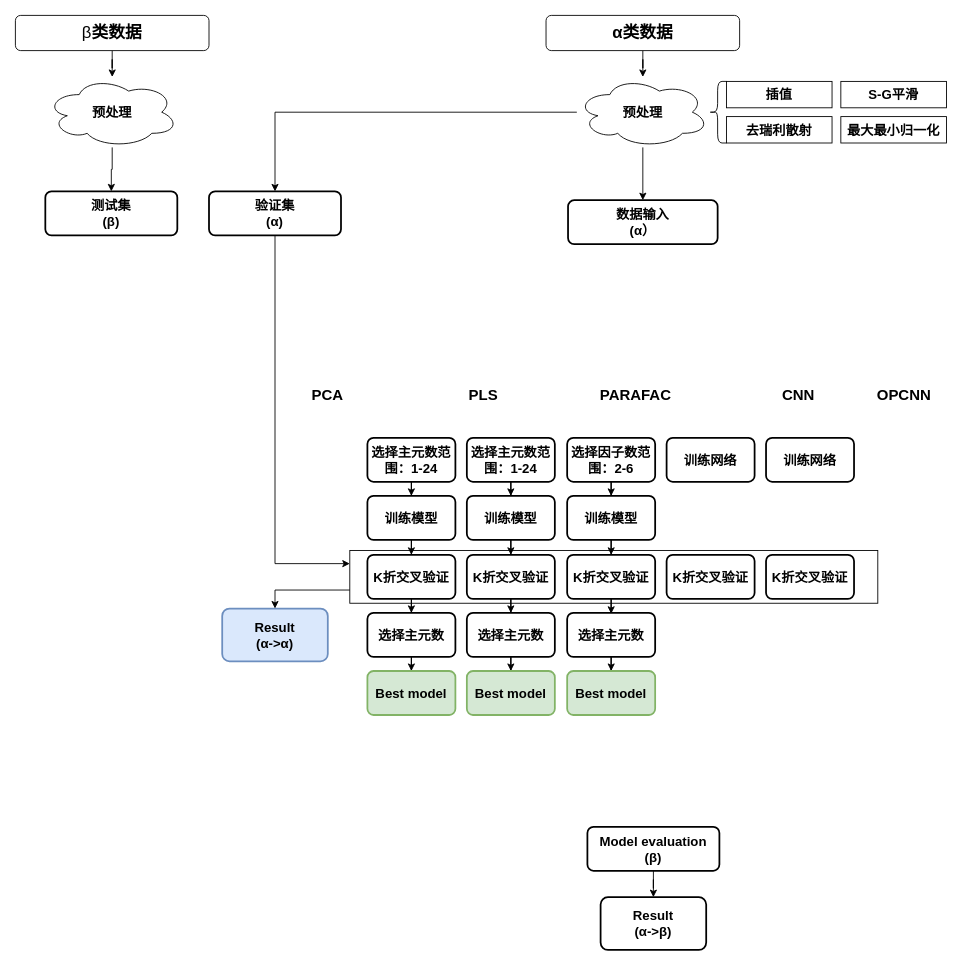
chbambooshoot/digram keeps this draw.io diagram as big_paper/第三章.drawio. Above is the earlier version. Source tidied: cells renumbered, new cells numbered last; positions are measured from the earlier drawing's top-left corner, leaving out a move shared by most shapes. Both pictures are drawn from the tidied source at 88%, with x=0, y=0 at pixel (15, 15).
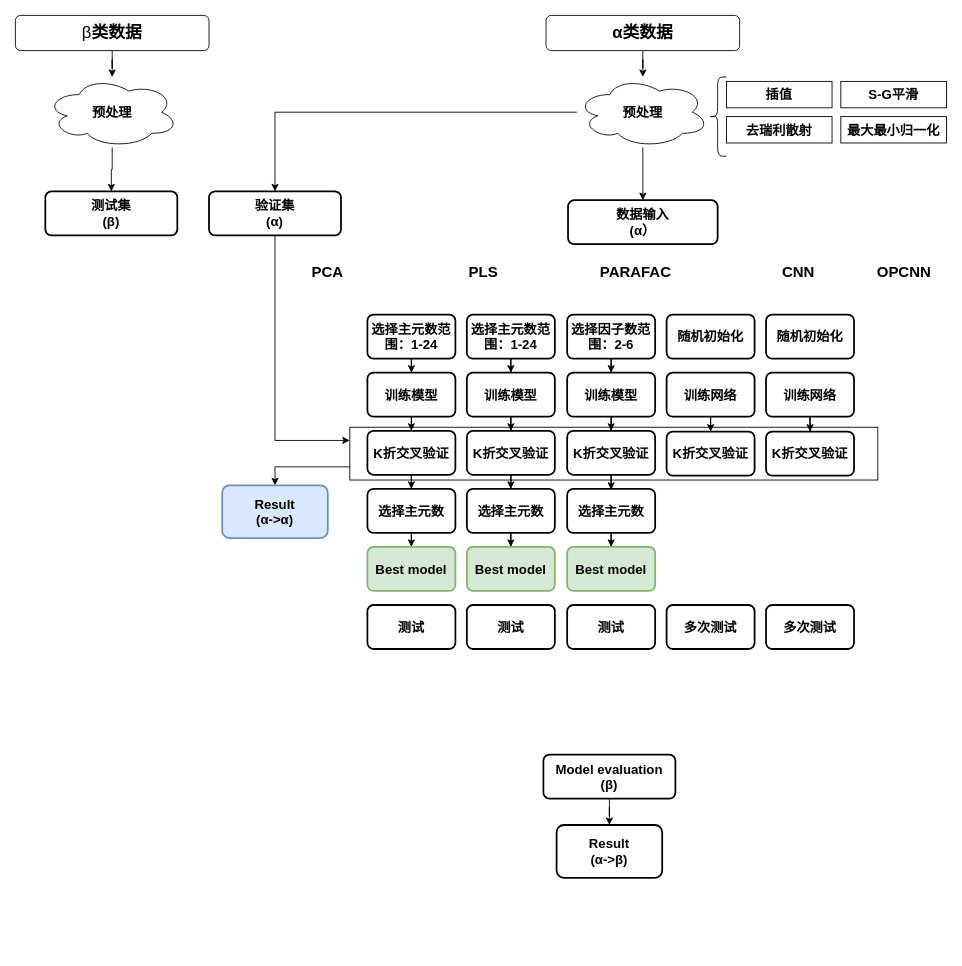
The same diagram, later.

Commit message (it also covers changes not shown here):
更新第三章.drawio

Diff of the diagram source:
```diff
@@
     <mxCell id="2" style="rounded=0;whiteSpace=wrap;html=1;fillColor=none;" parent="1" vertex="1">
-      <mxGeometry x="380" y="608" width="600" height="60" as="geometry" />
+      <mxGeometry x="380" y="468" width="600" height="60" as="geometry" />
     </mxCell>
@@
     <mxCell id="4" style="shape=curlyBracket;whiteSpace=wrap;html=1;rounded=1;labelPosition=left;verticalLabelPosition=middle;align=right;verticalAlign=middle;fontSize=15;fontStyle=1;fontFamily=仿宋;" parent="1" vertex="1">
-      <mxGeometry x="788" y="75" width="20" height="70" as="geometry" />
+      <mxGeometry x="788" y="70" width="20" height="90" as="geometry" />
     </mxCell>
@@
     <mxCell id="10" value="选择主元数范围：1-24" style="rounded=1;whiteSpace=wrap;html=1;absoluteArcSize=1;arcSize=14;strokeWidth=2;fontSize=15;fontStyle=1;fontFamily=仿宋;" parent="1" vertex="1">
-      <mxGeometry x="400" y="480" width="100" height="50" as="geometry" />
+      <mxGeometry x="400" y="340" width="100" height="50" as="geometry" />
     </mxCell>
@@
     <mxCell id="12" value="选择主元数范围：1-24" style="rounded=1;whiteSpace=wrap;html=1;absoluteArcSize=1;arcSize=14;strokeWidth=2;fontSize=15;fontStyle=1;fontFamily=仿宋;" parent="1" vertex="1">
-      <mxGeometry x="513" y="480" width="100" height="50" as="geometry" />
+      <mxGeometry x="513" y="340" width="100" height="50" as="geometry" />
     </mxCell>
@@
     <mxCell id="14" value="选择因子数范围：2-6" style="rounded=1;whiteSpace=wrap;html=1;absoluteArcSize=1;arcSize=14;strokeWidth=2;fontSize=15;fontStyle=1;fontFamily=仿宋;" parent="1" vertex="1">
-      <mxGeometry x="627" y="480" width="100" height="50" as="geometry" />
+      <mxGeometry x="627" y="340" width="100" height="50" as="geometry" />
     </mxCell>
@@
     <mxCell id="16" value="训练模型" style="rounded=1;whiteSpace=wrap;html=1;absoluteArcSize=1;arcSize=14;strokeWidth=2;fontSize=15;fontStyle=1;fontFamily=仿宋;" parent="1" vertex="1">
-      <mxGeometry x="513" y="546" width="100" height="50" as="geometry" />
+      <mxGeometry x="513" y="406" width="100" height="50" as="geometry" />
     </mxCell>
@@
     <mxCell id="18" value="训练模型" style="rounded=1;whiteSpace=wrap;html=1;absoluteArcSize=1;arcSize=14;strokeWidth=2;fontSize=15;fontStyle=1;fontFamily=仿宋;" parent="1" vertex="1">
-      <mxGeometry x="627" y="546" width="100" height="50" as="geometry" />
+      <mxGeometry x="627" y="406" width="100" height="50" as="geometry" />
     </mxCell>
+    <mxCell id="62" style="edgeStyle=orthogonalEdgeStyle;rounded=0;jettySize=auto;html=1;" parent="1" edge="1" source="19" target="48">
+      <mxGeometry relative="1" as="geometry" />
+    </mxCell>
     <mxCell id="19" value="训练网络" style="rounded=1;whiteSpace=wrap;html=1;absoluteArcSize=1;arcSize=14;strokeWidth=2;fontSize=15;fontStyle=1;fontFamily=仿宋;" parent="1" vertex="1">
-      <mxGeometry x="740" y="480" width="100" height="50" as="geometry" />
+      <mxGeometry x="740" y="406" width="100" height="50" as="geometry" />
     </mxCell>
@@
     <mxCell id="21" value="Model evaluation&lt;br style=&quot;font-size: 15px;&quot;&gt;(β)" style="rounded=1;whiteSpace=wrap;html=1;absoluteArcSize=1;arcSize=14;strokeWidth=2;fontSize=15;fontStyle=1;fontFamily=仿宋;" parent="1" vertex="1">
-      <mxGeometry x="650" y="922" width="150" height="50" as="geometry" />
+      <mxGeometry x="600" y="840" width="150" height="50" as="geometry" />
     </mxCell>
@@
     <mxCell id="24" value="Result&lt;br style=&quot;font-size: 15px;&quot;&gt;(α-&amp;gt;α)" style="whiteSpace=wrap;html=1;rounded=1;arcSize=14;strokeWidth=2;fontSize=15;fontStyle=1;fontFamily=仿宋;fillColor=#dae8fc;strokeColor=#6c8ebf;" parent="1" vertex="1">
-      <mxGeometry x="235" y="674" width="120" height="60" as="geometry" />
+      <mxGeometry x="235" y="534" width="120" height="60" as="geometry" />
     </mxCell>
     <mxCell id="25" value="Result&lt;br style=&quot;font-size: 15px;&quot;&gt;(α-&amp;gt;β)" style="whiteSpace=wrap;html=1;rounded=1;arcSize=14;strokeWidth=2;fontSize=15;fontStyle=1;fontFamily=仿宋;" parent="1" vertex="1">
-      <mxGeometry x="665" y="1002" width="120" height="60" as="geometry" />
+      <mxGeometry x="615" y="920" width="120" height="60" as="geometry" />
     </mxCell>
     <mxCell id="26" value="&lt;b&gt;&lt;font style=&quot;font-size: 17px;&quot;&gt;PCA&lt;/font&gt;&lt;/b&gt;" style="text;html=1;strokeColor=none;fillColor=none;align=center;verticalAlign=middle;whiteSpace=wrap;rounded=0;fontFamily=仿宋;" parent="1" vertex="1">
-      <mxGeometry x="325" y="418" width="60" height="30" as="geometry" />
+      <mxGeometry x="325" y="278" width="60" height="30" as="geometry" />
     </mxCell>
     <mxCell id="27" value="&lt;span style=&quot;font-size: 17px;&quot;&gt;&lt;b&gt;PLS&lt;br&gt;&lt;/b&gt;&lt;/span&gt;" style="text;html=1;strokeColor=none;fillColor=none;align=center;verticalAlign=middle;whiteSpace=wrap;rounded=0;fontFamily=仿宋;" parent="1" vertex="1">
-      <mxGeometry x="502" y="418" width="60" height="30" as="geometry" />
+      <mxGeometry x="502" y="278" width="60" height="30" as="geometry" />
     </mxCell>
     <mxCell id="28" value="&lt;span style=&quot;font-size: 17px;&quot;&gt;&lt;b&gt;PARAFAC&lt;br&gt;&lt;/b&gt;&lt;/span&gt;" style="text;html=1;strokeColor=none;fillColor=default;align=center;verticalAlign=middle;whiteSpace=wrap;rounded=0;gradientColor=none;fontFamily=仿宋;" parent="1" vertex="1">
-      <mxGeometry x="675" y="418" width="60" height="30" as="geometry" />
+      <mxGeometry x="675" y="278" width="60" height="30" as="geometry" />
     </mxCell>
     <mxCell id="29" value="&lt;span style=&quot;font-size: 17px;&quot;&gt;&lt;b&gt;OPCNN&lt;br&gt;&lt;/b&gt;&lt;/span&gt;" style="text;html=1;strokeColor=none;fillColor=none;align=center;verticalAlign=middle;whiteSpace=wrap;rounded=0;fontFamily=仿宋;" parent="1" vertex="1">
-      <mxGeometry x="980" y="418" width="60" height="30" as="geometry" />
+      <mxGeometry x="980" y="278" width="60" height="30" as="geometry" />
     </mxCell>
     <mxCell id="30" value="&lt;span style=&quot;font-size: 17px;&quot;&gt;&lt;b&gt;CNN&lt;br&gt;&lt;/b&gt;&lt;/span&gt;" style="text;html=1;strokeColor=none;fillColor=none;align=center;verticalAlign=middle;whiteSpace=wrap;rounded=0;fontFamily=仿宋;" parent="1" vertex="1">
-      <mxGeometry x="860" y="418" width="60" height="30" as="geometry" />
+      <mxGeometry x="860" y="278" width="60" height="30" as="geometry" />
     </mxCell>
+    <mxCell id="63" style="edgeStyle=orthogonalEdgeStyle;rounded=0;jettySize=auto;html=1;" parent="1" edge="1" source="31" target="49">
+      <mxGeometry relative="1" as="geometry" />
+    </mxCell>
     <mxCell id="31" value="训练网络" style="rounded=1;whiteSpace=wrap;html=1;absoluteArcSize=1;arcSize=14;strokeWidth=2;fontSize=15;fontStyle=1;fontFamily=仿宋;" parent="1" vertex="1">
-      <mxGeometry x="853" y="480" width="100" height="50" as="geometry" />
+      <mxGeometry x="853" y="406" width="100" height="50" as="geometry" />
     </mxCell>
@@
     <mxCell id="43" value="训练模型" style="rounded=1;whiteSpace=wrap;html=1;absoluteArcSize=1;arcSize=14;strokeWidth=2;fontSize=15;fontStyle=1;fontFamily=仿宋;" parent="1" vertex="1">
-      <mxGeometry x="400" y="546" width="100" height="50" as="geometry" />
+      <mxGeometry x="400" y="406" width="100" height="50" as="geometry" />
     </mxCell>
@@
     <mxCell id="45" value="K折交叉验证" style="rounded=1;whiteSpace=wrap;html=1;absoluteArcSize=1;arcSize=14;strokeWidth=2;fontSize=15;fontStyle=1;fontFamily=仿宋;" parent="1" vertex="1">
-      <mxGeometry x="400" y="613" width="100" height="50" as="geometry" />
+      <mxGeometry x="400" y="472" width="100" height="50" as="geometry" />
     </mxCell>
@@
     <mxCell id="47" value="K折交叉验证" style="rounded=1;whiteSpace=wrap;html=1;absoluteArcSize=1;arcSize=14;strokeWidth=2;fontSize=15;fontStyle=1;fontFamily=仿宋;" parent="1" vertex="1">
-      <mxGeometry x="513" y="613" width="100" height="50" as="geometry" />
+      <mxGeometry x="513" y="472" width="100" height="50" as="geometry" />
     </mxCell>
     <mxCell id="48" value="K折交叉验证" style="rounded=1;whiteSpace=wrap;html=1;absoluteArcSize=1;arcSize=14;strokeWidth=2;fontSize=15;fontStyle=1;fontFamily=仿宋;" parent="1" vertex="1">
-      <mxGeometry x="740" y="613" width="100" height="50" as="geometry" />
+      <mxGeometry x="740" y="473" width="100" height="50" as="geometry" />
     </mxCell>
     <mxCell id="49" value="K折交叉验证" style="rounded=1;whiteSpace=wrap;html=1;absoluteArcSize=1;arcSize=14;strokeWidth=2;fontSize=15;fontStyle=1;fontFamily=仿宋;" parent="1" vertex="1">
-      <mxGeometry x="853" y="613" width="100" height="50" as="geometry" />
+      <mxGeometry x="853" y="473" width="100" height="50" as="geometry" />
     </mxCell>
@@
     <mxCell id="51" value="选择主元数" style="rounded=1;whiteSpace=wrap;html=1;absoluteArcSize=1;arcSize=14;strokeWidth=2;fontSize=15;fontStyle=1;fontFamily=仿宋;" parent="1" vertex="1">
-      <mxGeometry x="400" y="679" width="100" height="50" as="geometry" />
+      <mxGeometry x="400" y="538" width="100" height="50" as="geometry" />
     </mxCell>
@@
     <mxCell id="53" value="选择主元数" style="rounded=1;whiteSpace=wrap;html=1;absoluteArcSize=1;arcSize=14;strokeWidth=2;fontSize=15;fontStyle=1;fontFamily=仿宋;" parent="1" vertex="1">
-      <mxGeometry x="513" y="679" width="100" height="50" as="geometry" />
+      <mxGeometry x="513" y="538" width="100" height="50" as="geometry" />
     </mxCell>
@@
     <mxCell id="56" value="Best model" style="rounded=1;whiteSpace=wrap;html=1;absoluteArcSize=1;arcSize=14;strokeWidth=2;fillColor=#d5e8d4;strokeColor=#82b366;fontSize=15;fontStyle=1;fontFamily=仿宋;" parent="1" vertex="1">
-      <mxGeometry x="513" y="745" width="100" height="50" as="geometry" />
+      <mxGeometry x="513" y="604" width="100" height="50" as="geometry" />
     </mxCell>
     <mxCell id="57" value="Best model" style="rounded=1;whiteSpace=wrap;html=1;absoluteArcSize=1;arcSize=14;strokeWidth=2;fillColor=#d5e8d4;strokeColor=#82b366;fontSize=15;fontStyle=1;fontFamily=仿宋;" parent="1" vertex="1">
-      <mxGeometry x="627" y="745" width="100" height="50" as="geometry" />
+      <mxGeometry x="627" y="604" width="100" height="50" as="geometry" />
     </mxCell>
     <mxCell id="58" value="Best model" style="rounded=1;whiteSpace=wrap;html=1;absoluteArcSize=1;arcSize=14;strokeWidth=2;fillColor=#d5e8d4;strokeColor=#82b366;fontSize=15;fontStyle=1;fontFamily=仿宋;" parent="1" vertex="1">
-      <mxGeometry x="400" y="745" width="100" height="50" as="geometry" />
+      <mxGeometry x="400" y="604" width="100" height="50" as="geometry" />
     </mxCell>
@@
     <mxCell id="60" value="K折交叉验证" style="rounded=1;whiteSpace=wrap;html=1;absoluteArcSize=1;arcSize=14;strokeWidth=2;fontSize=15;fontStyle=1;fontFamily=仿宋;" parent="1" vertex="1">
-      <mxGeometry x="627" y="613" width="100" height="50" as="geometry" />
+      <mxGeometry x="627" y="472" width="100" height="50" as="geometry" />
     </mxCell>
     <mxCell id="61" value="选择主元数" style="rounded=1;whiteSpace=wrap;html=1;absoluteArcSize=1;arcSize=14;strokeWidth=2;fontSize=15;fontStyle=1;fontFamily=仿宋;" parent="1" vertex="1">
-      <mxGeometry x="627" y="679" width="100" height="50" as="geometry" />
+      <mxGeometry x="627" y="538" width="100" height="50" as="geometry" />
     </mxCell>
+    <mxCell id="64" value="测试" style="rounded=1;whiteSpace=wrap;html=1;absoluteArcSize=1;arcSize=14;strokeWidth=2;fontSize=15;fontStyle=1;fontFamily=仿宋;" parent="1" vertex="1">
+      <mxGeometry x="400" y="670" width="100" height="50" as="geometry" />
+    </mxCell>
+    <mxCell id="65" value="测试" style="rounded=1;whiteSpace=wrap;html=1;absoluteArcSize=1;arcSize=14;strokeWidth=2;fontSize=15;fontStyle=1;fontFamily=仿宋;" parent="1" vertex="1">
+      <mxGeometry x="513" y="670" width="100" height="50" as="geometry" />
+    </mxCell>
+    <mxCell id="66" value="测试" style="rounded=1;whiteSpace=wrap;html=1;absoluteArcSize=1;arcSize=14;strokeWidth=2;fontSize=15;fontStyle=1;fontFamily=仿宋;" parent="1" vertex="1">
+      <mxGeometry x="627" y="670" width="100" height="50" as="geometry" />
+    </mxCell>
+    <mxCell id="67" value="多次测试" style="rounded=1;whiteSpace=wrap;html=1;absoluteArcSize=1;arcSize=14;strokeWidth=2;fontSize=15;fontStyle=1;fontFamily=仿宋;" parent="1" vertex="1">
+      <mxGeometry x="740" y="670" width="100" height="50" as="geometry" />
+    </mxCell>
+    <mxCell id="68" value="多次测试" style="rounded=1;whiteSpace=wrap;html=1;absoluteArcSize=1;arcSize=14;strokeWidth=2;fontSize=15;fontStyle=1;fontFamily=仿宋;" parent="1" vertex="1">
+      <mxGeometry x="853" y="670" width="100" height="50" as="geometry" />
+    </mxCell>
+    <mxCell id="69" value="随机初始化" style="rounded=1;whiteSpace=wrap;html=1;absoluteArcSize=1;arcSize=14;strokeWidth=2;fontSize=15;fontStyle=1;fontFamily=仿宋;" parent="1" vertex="1">
+      <mxGeometry x="740" y="340" width="100" height="50" as="geometry" />
+    </mxCell>
+    <mxCell id="70" value="随机初始化" style="rounded=1;whiteSpace=wrap;html=1;absoluteArcSize=1;arcSize=14;strokeWidth=2;fontSize=15;fontStyle=1;fontFamily=仿宋;" parent="1" vertex="1">
+      <mxGeometry x="853" y="340" width="100" height="50" as="geometry" />
+    </mxCell>
```
